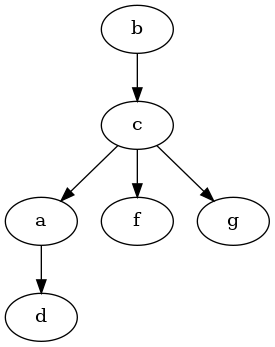
This is output_test/breadth_tree.png from nicofiorini98/data_structure, a Graphviz export, as it was before one commit. Its source is kept beside it as output_test/breadth_tree.dot.
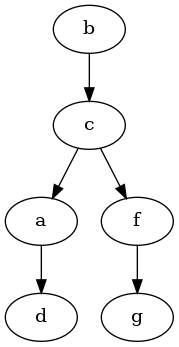
Later version of the same file.

What changed in the source:
```diff
@@ -1,6 +1,6 @@
 digraph Tree {a->d
 b->c
 c->f
-c->g
 c->a
+f->g
 }
```
